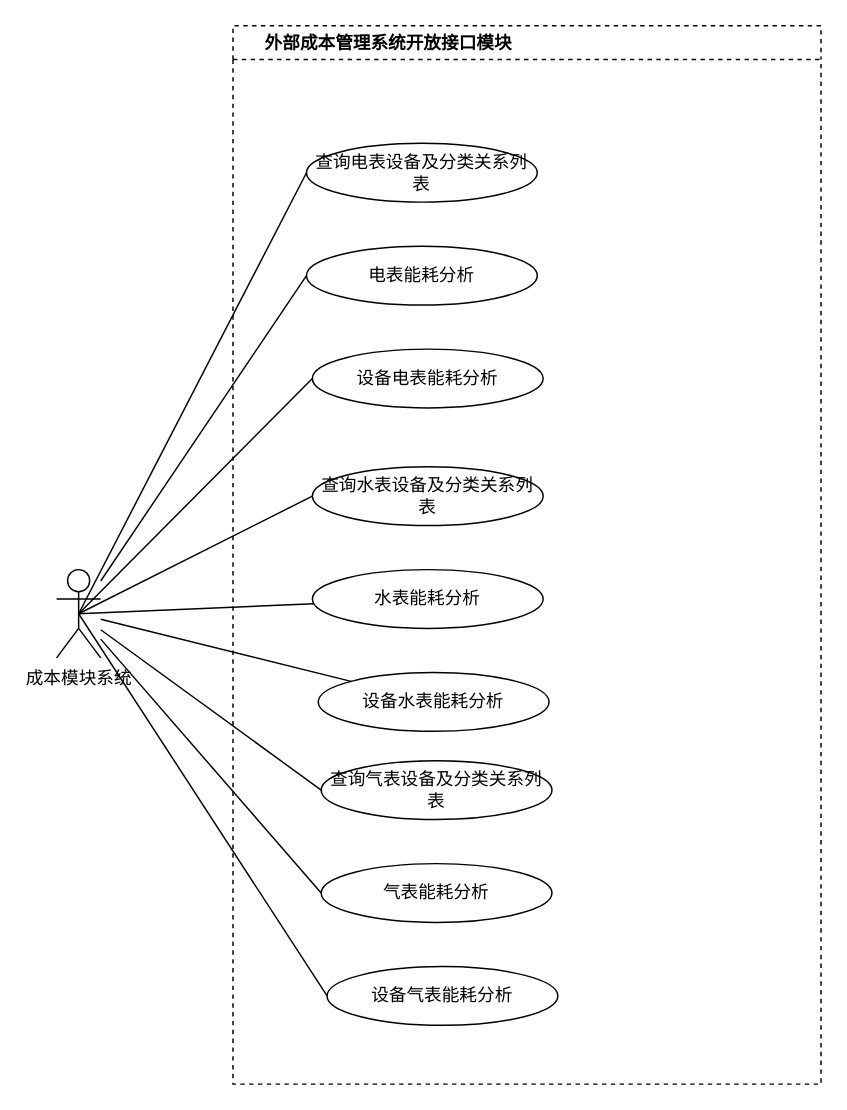
Earlier version of the draw.io diagram page "外部成本管理系统" (6 of 8) of 能源管理/能源管理-用例.drawio (lvxi0605/diagrams). Source tidied: cells renumbered, new cells numbered last; positions are measured from the earlier drawing's top-left corner, leaving out a move shared by most shapes. Both pictures are drawn from the tidied source at 147%, with x=0, y=0 at pixel (56, 25).
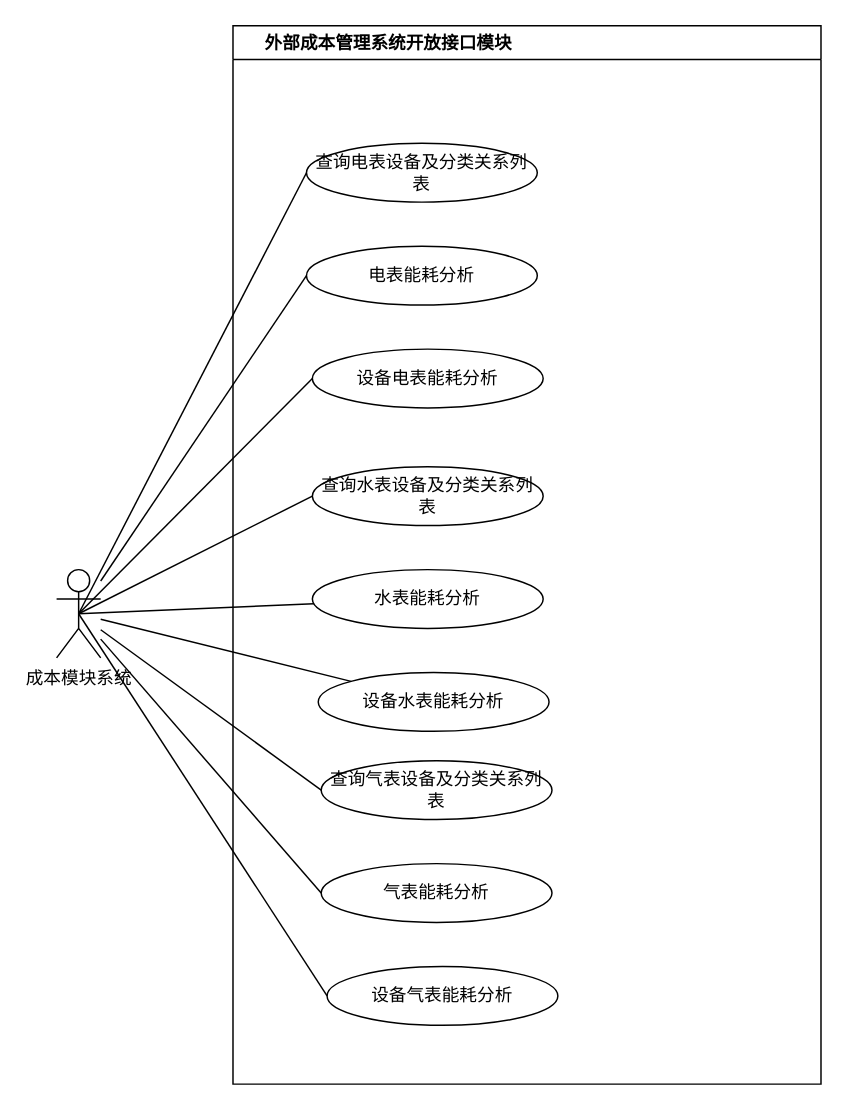
Above is the later version.

Change to the diagram source:
```diff
@@
-    <mxCell id="3" value="外部成本管理系统开放接口模块" style="swimlane;rounded=0;dashed=1;sketch=0;fillColor=none;spacingLeft=20;align=left;" parent="1" vertex="1">
+    <mxCell id="3" value="外部成本管理系统开放接口模块" style="swimlane;rounded=0;sketch=0;fillColor=none;spacingLeft=20;align=left;" parent="1" vertex="1">
       <mxGeometry x="120" width="400" height="720" as="geometry" />
     </mxCell>
```
